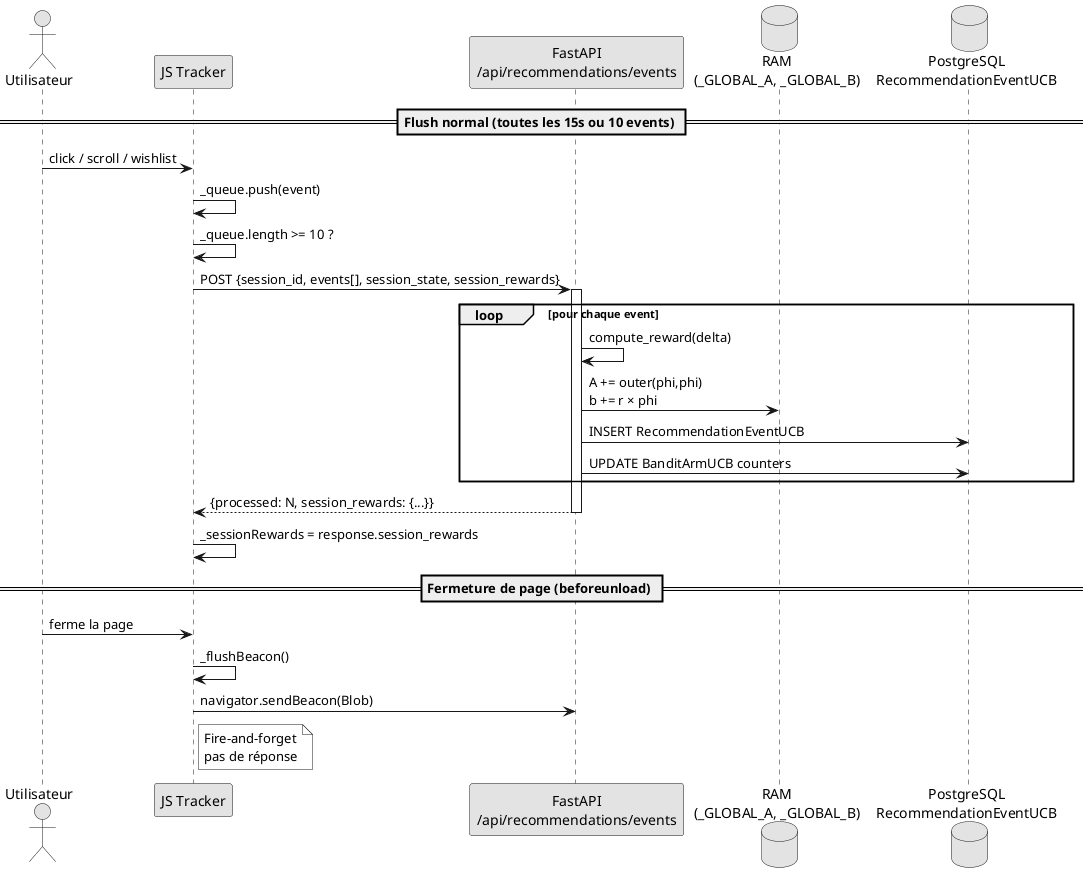
ahmed-addali/rapport keeps this PlantUML diagram as diagrams/fig_05_tracker_flush.png. Above is the earlier version.
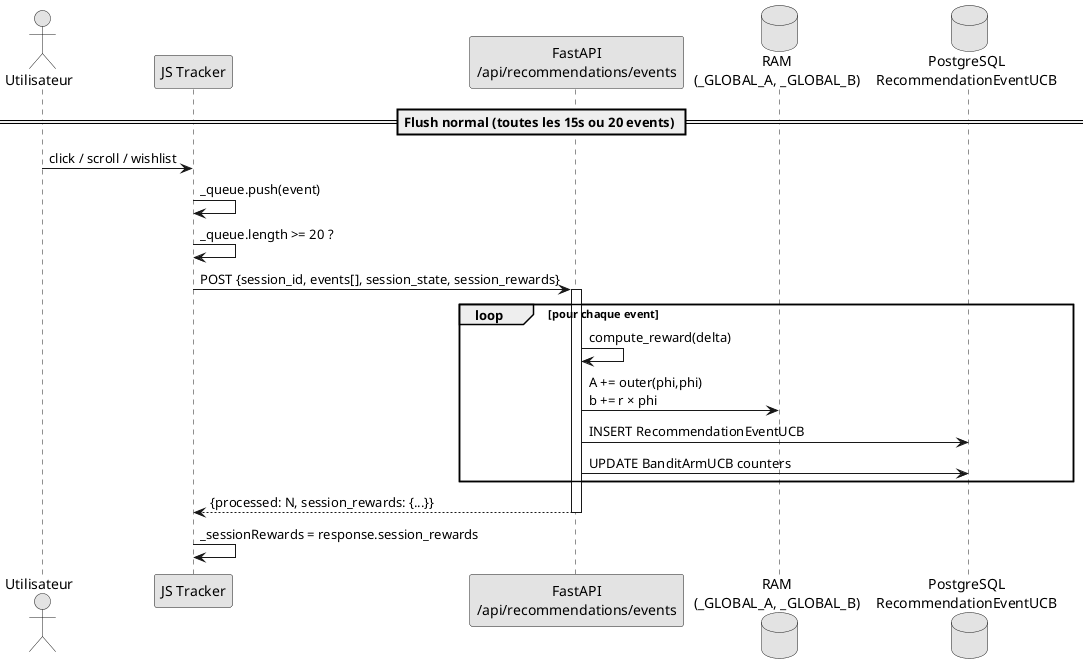
The same file after the commit.

The edit, as a diff of the source:
```diff
@@ -10,11 +10,11 @@
 database "RAM\n(_GLOBAL_A, _GLOBAL_B)" as RAM
 database "PostgreSQL\nRecommendationEventUCB" as DB
 
-== Flush normal (toutes les 15s ou 10 events) ==
+== Flush normal (toutes les 15s ou 20 events) ==
 
 U -> T : click / scroll / wishlist
 T -> T : _queue.push(event)
-T -> T : _queue.length >= 10 ?
+T -> T : _queue.length >= 20 ?
 
 T -> API : POST {session_id, events[], session_state, session_rewards}
 activate API
@@ -30,11 +30,6 @@
 deactivate API
 T -> T : _sessionRewards = response.session_rewards
 
-== Fermeture de page (beforeunload) ==
 
-U -> T : ferme la page
-T -> T : _flushBeacon()
-T -> API : navigator.sendBeacon(Blob)
-note right of T : Fire-and-forget\npas de réponse
 
 @enduml
```
